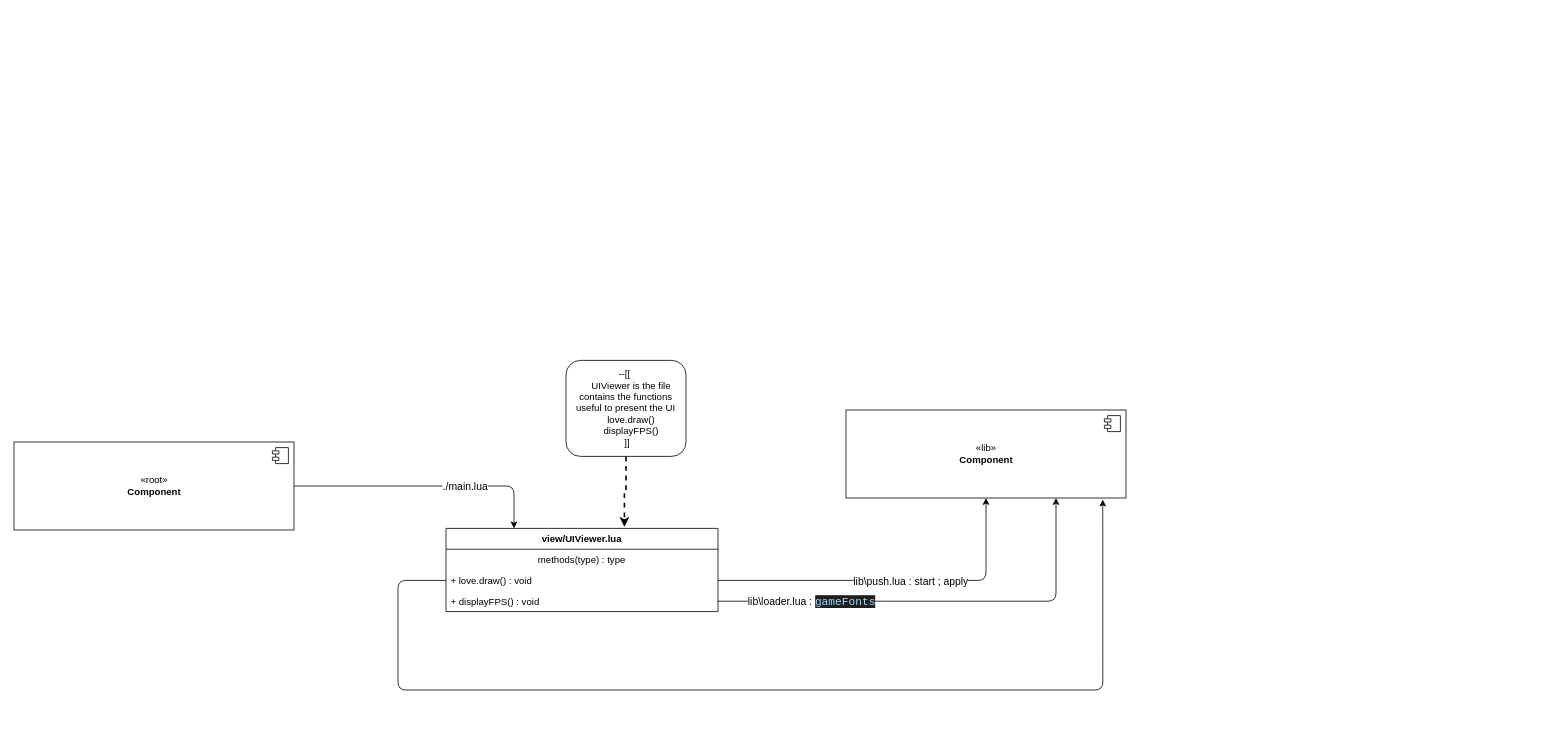
Before: page "view" (10 of 10) of diagram.drawio in m00racle/breakout-love2d, a draw.io diagram. Source tidied: cells renumbered, new cells numbered last; positions are measured from the earlier drawing's top-left corner, leaving out a move shared by most shapes. Both pictures are drawn from the tidied source at 80%, with x=0, y=0 at pixel (14, 360).
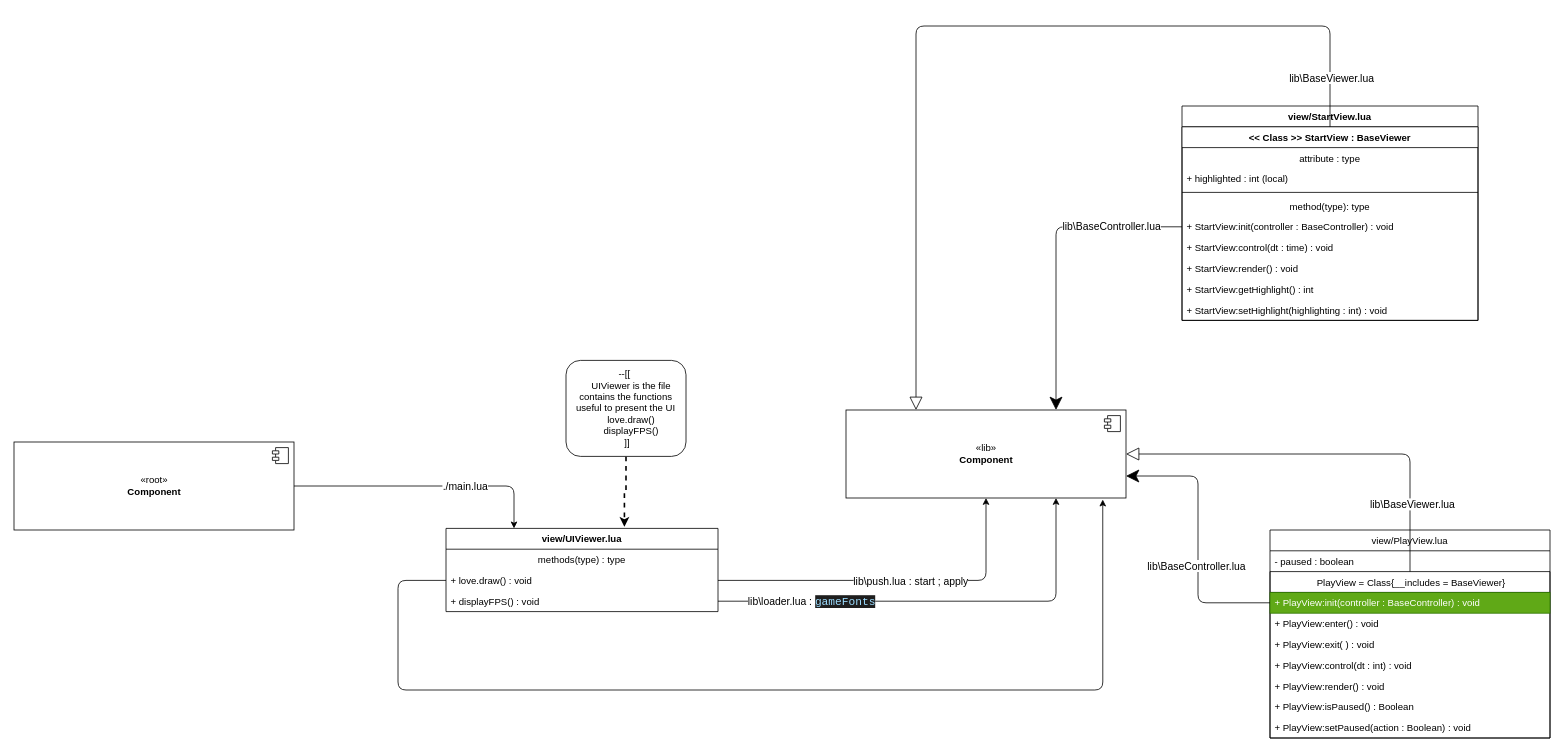
Above is the later version.

Commit message (it also covers changes not shown here):
update view components

Unchanged cells that the change refers to:
```xml
<mxCell id="12" value="«lib»&lt;br&gt;&lt;b&gt;Component&lt;/b&gt;" style="html=1;" parent="1" vertex="1">
  <mxGeometry x="1040" y="62" width="350" height="110" as="geometry" />
</mxCell>
```

The edit, as a diff of the source:
```diff
@@
+    <mxCell id="19" value="view/PlayView.lua" style="swimlane;fontStyle=0;horizontal=1;startSize=26;fillColor=none;" parent="1" vertex="1">
+      <mxGeometry x="1570" y="212" width="350" height="260" as="geometry" />
+    </mxCell>
+    <mxCell id="20" value="- paused : boolean" style="text;strokeColor=none;fillColor=none;align=left;verticalAlign=top;spacingLeft=4;spacingRight=4;overflow=hidden;" parent="19" vertex="1">
+      <mxGeometry y="26" width="350" height="26" as="geometry" />
+    </mxCell>
+    <mxCell id="21" value=" PlayView = Class{__includes = BaseViewer}" style="swimlane;fontStyle=0;horizontal=1;startSize=26;fillColor=none;" parent="19" vertex="1">
+      <mxGeometry y="52" width="350" height="208" as="geometry" />
+    </mxCell>
+    <mxCell id="22" value="+ PlayView:init(controller : BaseController) : void" style="text;strokeColor=#2D7600;fillColor=#60a917;align=left;verticalAlign=top;spacingLeft=4;spacingRight=4;overflow=hidden;points=[[0,0.5],[1,0.5]];portConstraint=eastwest;fontColor=#ffffff;" parent="21" vertex="1">
+      <mxGeometry y="26" width="350" height="26" as="geometry" />
+    </mxCell>
+    <mxCell id="23" value="+ PlayView:enter() : void" style="text;strokeColor=none;fillColor=none;align=left;verticalAlign=top;spacingLeft=4;spacingRight=4;overflow=hidden;" parent="21" vertex="1">
+      <mxGeometry y="52" width="350" height="26" as="geometry" />
+    </mxCell>
+    <mxCell id="24" value="+ PlayView:exit( ) : void" style="text;strokeColor=none;fillColor=none;align=left;verticalAlign=top;spacingLeft=4;spacingRight=4;overflow=hidden;" parent="21" vertex="1">
+      <mxGeometry y="78" width="350" height="26" as="geometry" />
+    </mxCell>
+    <mxCell id="25" value="+ PlayView:control(dt : int) : void" style="text;strokeColor=none;fillColor=none;align=left;verticalAlign=top;spacingLeft=4;spacingRight=4;overflow=hidden;" parent="21" vertex="1">
+      <mxGeometry y="104" width="350" height="26" as="geometry" />
+    </mxCell>
+    <mxCell id="26" value="+ PlayView:render() : void" style="text;strokeColor=none;fillColor=none;align=left;verticalAlign=top;spacingLeft=4;spacingRight=4;overflow=hidden;" parent="21" vertex="1">
+      <mxGeometry y="130" width="350" height="26" as="geometry" />
+    </mxCell>
+    <mxCell id="27" value="+ PlayView:isPaused() : Boolean" style="text;strokeColor=none;fillColor=none;align=left;verticalAlign=top;spacingLeft=4;spacingRight=4;overflow=hidden;" parent="21" vertex="1">
+      <mxGeometry y="156" width="350" height="26" as="geometry" />
+    </mxCell>
+    <mxCell id="28" value="+ PlayView:setPaused(action : Boolean) : void" style="text;strokeColor=none;fillColor=none;align=left;verticalAlign=top;spacingLeft=4;spacingRight=4;overflow=hidden;" parent="21" vertex="1">
+      <mxGeometry y="182" width="350" height="26" as="geometry" />
+    </mxCell>
+    <mxCell id="29" style="edgeStyle=orthogonalEdgeStyle;html=1;entryX=1;entryY=0.5;entryDx=0;entryDy=0;fontSize=13;endArrow=block;endFill=0;startSize=6;endSize=14;exitX=0.5;exitY=0;exitDx=0;exitDy=0;" parent="1" edge="1" source="21" target="12">
+      <mxGeometry relative="1" as="geometry" />
+    </mxCell>
+    <mxCell id="30" value="lib\BaseViewer.lua" style="edgeLabel;html=1;align=center;verticalAlign=middle;fontSize=13;" parent="29" vertex="1">
+      <mxGeometry x="-0.66" y="-2" relative="1" as="geometry" />
+    </mxCell>
+    <mxCell id="31" style="edgeStyle=orthogonalEdgeStyle;jumpStyle=arc;jumpSize=11;html=1;entryX=1;entryY=0.75;entryDx=0;entryDy=0;fontSize=13;endArrow=classic;endFill=1;startSize=6;endSize=14;" parent="1" edge="1" source="22" target="12">
+      <mxGeometry relative="1" as="geometry" />
+    </mxCell>
+    <mxCell id="32" value="lib\BaseController.lua" style="edgeLabel;html=1;align=center;verticalAlign=middle;fontSize=13;" parent="31" vertex="1">
+      <mxGeometry x="-0.19" y="3" relative="1" as="geometry" />
+    </mxCell>
+    <mxCell id="33" value="view/StartView.lua" style="swimlane;fontStyle=1;align=center;verticalAlign=top;horizontal=1;startSize=26;" parent="1" vertex="1">
+      <mxGeometry x="1460" y="-318" width="370" height="268" as="geometry" />
+    </mxCell>
+    <mxCell id="34" value="&lt;&lt; Class &gt;&gt; StartView : BaseViewer" style="swimlane;fontStyle=1;align=center;verticalAlign=top;horizontal=1;startSize=26;" parent="33" vertex="1">
+      <mxGeometry y="26" width="370" height="242" as="geometry" />
+    </mxCell>
+    <mxCell id="35" value="attribute : type" style="text;strokeColor=none;fillColor=none;align=center;verticalAlign=top;spacingLeft=4;spacingRight=4;overflow=hidden;" parent="34" vertex="1">
+      <mxGeometry y="26" width="370" height="26" as="geometry" />
+    </mxCell>
+    <mxCell id="36" value="+ highlighted : int (local) " style="text;strokeColor=none;fillColor=none;align=left;verticalAlign=top;spacingLeft=4;spacingRight=4;overflow=hidden;" parent="34" vertex="1">
+      <mxGeometry y="52" width="370" height="26" as="geometry" />
+    </mxCell>
+    <mxCell id="37" style="line;strokeWidth=1;fillColor=none;align=left;verticalAlign=middle;spacingTop=-1;spacingLeft=3;spacingRight=3;labelPosition=right;" parent="34" vertex="1">
+      <mxGeometry y="78" width="370" height="8" as="geometry" />
+    </mxCell>
+    <mxCell id="38" value="method(type): type" style="text;strokeColor=none;fillColor=none;align=center;verticalAlign=top;spacingLeft=4;spacingRight=4;overflow=hidden;" parent="34" vertex="1">
+      <mxGeometry y="86" width="370" height="26" as="geometry" />
+    </mxCell>
+    <mxCell id="39" value="+ StartView:init(controller : BaseController) : void" style="text;strokeColor=none;fillColor=none;align=left;verticalAlign=top;spacingLeft=4;spacingRight=4;overflow=hidden;points=[[0,0.5],[1,0.5]];portConstraint=eastwest;" parent="34" vertex="1">
+      <mxGeometry y="112" width="370" height="26" as="geometry" />
+    </mxCell>
+    <mxCell id="40" value="+ StartView:control(dt : time) : void" style="text;strokeColor=none;fillColor=none;align=left;verticalAlign=top;spacingLeft=4;spacingRight=4;overflow=hidden;" parent="34" vertex="1">
+      <mxGeometry y="138" width="370" height="26" as="geometry" />
+    </mxCell>
+    <mxCell id="41" value="+ StartView:render() : void" style="text;strokeColor=none;fillColor=none;align=left;verticalAlign=top;spacingLeft=4;spacingRight=4;overflow=hidden;" parent="34" vertex="1">
+      <mxGeometry y="164" width="370" height="26" as="geometry" />
+    </mxCell>
+    <mxCell id="42" value="+ StartView:getHighlight() : int" style="text;strokeColor=none;fillColor=none;align=left;verticalAlign=top;spacingLeft=4;spacingRight=4;overflow=hidden;" parent="34" vertex="1">
+      <mxGeometry y="190" width="370" height="26" as="geometry" />
+    </mxCell>
+    <mxCell id="43" value="+ StartView:setHighlight(highlighting : int) : void" style="text;strokeColor=none;fillColor=none;align=left;verticalAlign=top;spacingLeft=4;spacingRight=4;overflow=hidden;" parent="34" vertex="1">
+      <mxGeometry y="216" width="370" height="26" as="geometry" />
+    </mxCell>
+    <mxCell id="44" style="edgeStyle=orthogonalEdgeStyle;jumpStyle=arc;jumpSize=11;html=1;entryX=0.25;entryY=0;entryDx=0;entryDy=0;fontSize=13;endArrow=block;endFill=0;startSize=6;endSize=14;exitX=0.5;exitY=0;exitDx=0;exitDy=0;" parent="1" edge="1" source="34" target="12">
+      <mxGeometry relative="1" as="geometry">
+        <Array as="points">
+          <mxPoint x="1645" y="-418" />
+          <mxPoint x="1128" y="-418" />
+        </Array>
+      </mxGeometry>
+    </mxCell>
+    <mxCell id="45" value="lib\BaseViewer.lua" style="edgeLabel;html=1;align=center;verticalAlign=middle;fontSize=13;" parent="44" vertex="1">
+      <mxGeometry x="-0.89" y="-1" relative="1" as="geometry" />
+    </mxCell>
+    <mxCell id="46" style="edgeStyle=orthogonalEdgeStyle;jumpStyle=arc;jumpSize=11;html=1;entryX=0.75;entryY=0;entryDx=0;entryDy=0;fontSize=13;endArrow=classic;endFill=1;startSize=6;endSize=14;" parent="1" edge="1" source="39" target="12">
+      <mxGeometry relative="1" as="geometry" />
+    </mxCell>
+    <mxCell id="47" value="lib\BaseController.lua" style="edgeLabel;html=1;align=center;verticalAlign=middle;fontSize=13;" parent="46" vertex="1">
+      <mxGeometry x="-0.54" y="-1" relative="1" as="geometry" />
+    </mxCell>
```
